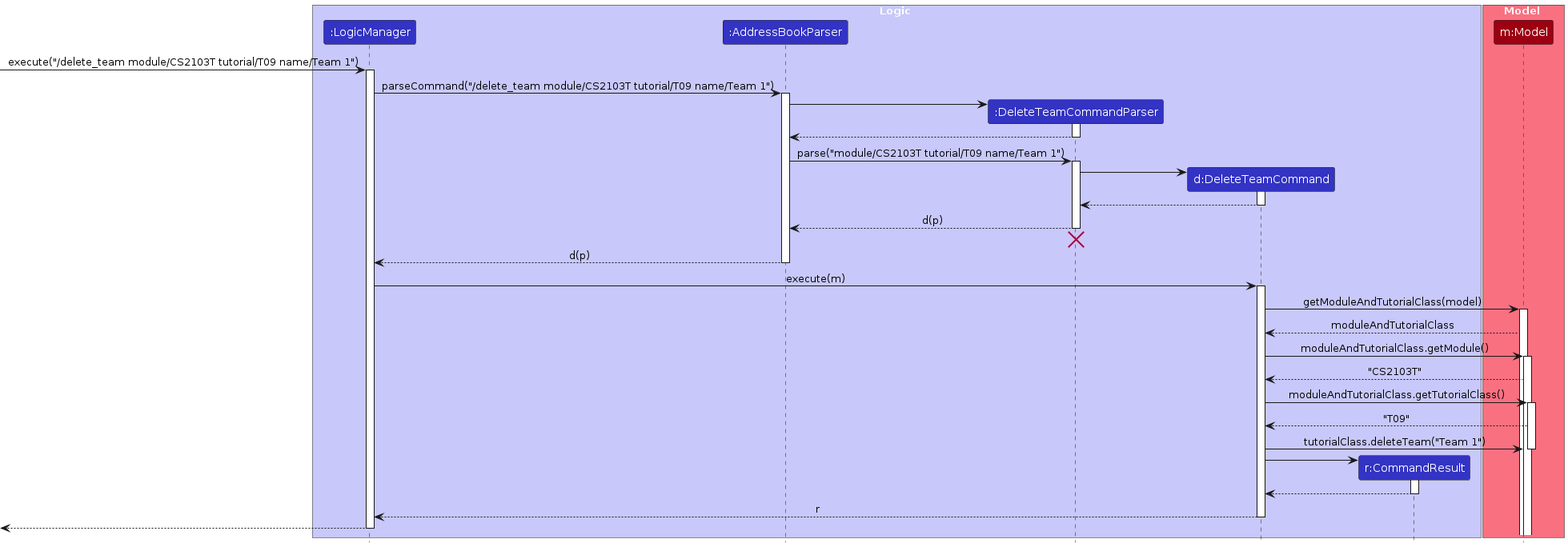
Earlier version of the PlantUML export diagrams/DeleteTeamSequence.png (AY2324S2-CS2103T-T09-4/tp). Its source is kept beside it as diagrams/DeleteTeamSequence.puml. Its diagram source:
```plantuml
@startuml
!include style.puml
skinparam ArrowFontStyle plain
!define input "/delete_team module/CS2103T tutorial/T09 name/Team 1"


box Logic LOGIC_COLOR_T1
participant ":LogicManager" as LogicManager LOGIC_COLOR
participant ":AddressBookParser" as AddressBookParser LOGIC_COLOR
participant ":DeleteTeamCommandParser" as DeleteTeamCommandParser LOGIC_COLOR
participant "d:DeleteTeamCommand" as DeleteTeamCommand LOGIC_COLOR
participant "r:CommandResult" as CommandResult LOGIC_COLOR
end box

box Model MODEL_COLOR_T1
participant "m:Model" as Model MODEL_COLOR
end box

[-> LogicManager : execute(input)
activate LogicManager

LogicManager -> AddressBookParser : parseCommand(input)
activate AddressBookParser

create DeleteTeamCommandParser
AddressBookParser -> DeleteTeamCommandParser
activate DeleteTeamCommandParser

DeleteTeamCommandParser --> AddressBookParser
deactivate DeleteTeamCommandParser

AddressBookParser -> DeleteTeamCommandParser : parse("module/CS2103T tutorial/T09 name/Team 1")
activate DeleteTeamCommandParser

create DeleteTeamCommand
DeleteTeamCommandParser -> DeleteTeamCommand
activate DeleteTeamCommand

DeleteTeamCommand --> DeleteTeamCommandParser :
deactivate DeleteTeamCommand

DeleteTeamCommandParser --> AddressBookParser : d(p)
deactivate DeleteTeamCommandParser
DeleteTeamCommandParser -[hidden]-> AddressBookParser
destroy DeleteTeamCommandParser

AddressBookParser --> LogicManager : d(p)
deactivate AddressBookParser

LogicManager -> DeleteTeamCommand : execute(m)
activate DeleteTeamCommand

DeleteTeamCommand -> Model : getModuleAndTutorialClass(model)
activate Model

Model --> DeleteTeamCommand : moduleAndTutorialClass
DeleteTeamCommand -> Model : moduleAndTutorialClass.getModule()
activate Model

Model --> DeleteTeamCommand : "CS2103T"
DeleteTeamCommand -> Model : moduleAndTutorialClass.getTutorialClass()
activate Model

Model --> DeleteTeamCommand : "T09"
DeleteTeamCommand -> Model : tutorialClass.deleteTeam("Team 1")
deactivate Model

create CommandResult
DeleteTeamCommand -> CommandResult
activate CommandResult

CommandResult --> DeleteTeamCommand
deactivate CommandResult

DeleteTeamCommand --> LogicManager : r
deactivate DeleteTeamCommand

[<--LogicManager
deactivate LogicManager
@enduml
```
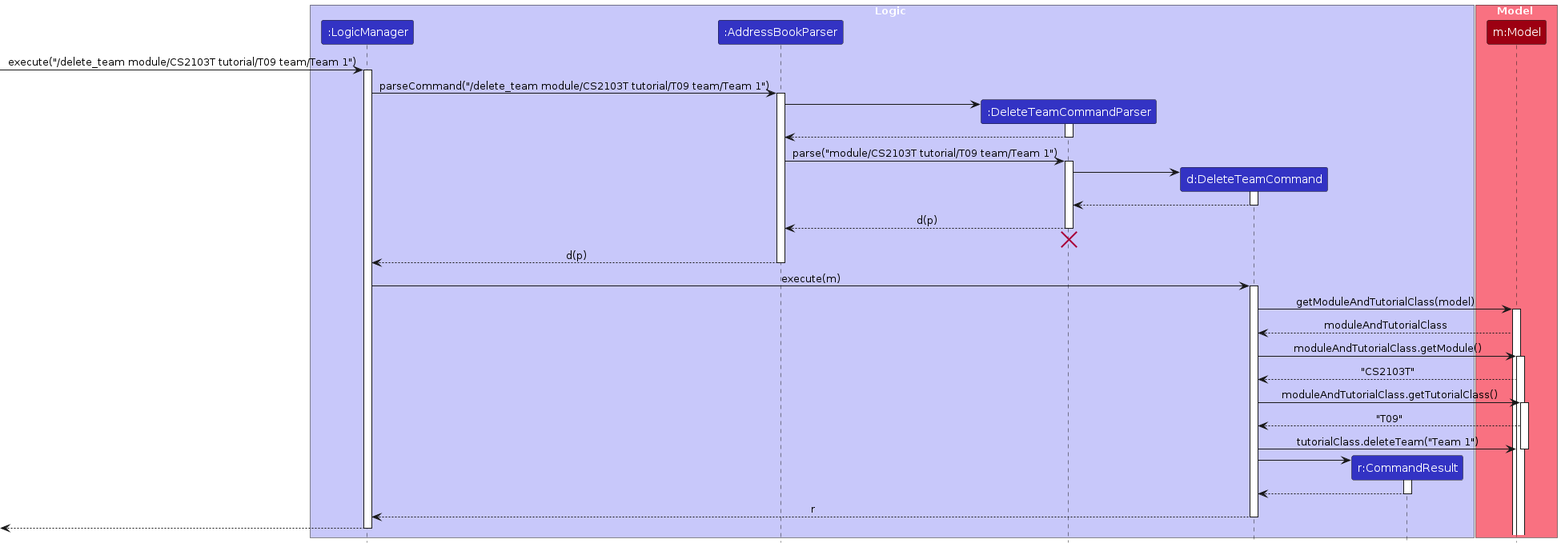
After the change.

What changed in the source:
```diff
@@ -1,7 +1,7 @@
 @startuml
 !include style.puml
 skinparam ArrowFontStyle plain
-!define input "/delete_team module/CS2103T tutorial/T09 name/Team 1"
+!define input "/delete_team module/CS2103T tutorial/T09 team/Team 1"
 
 
 box Logic LOGIC_COLOR_T1
@@ -29,7 +29,7 @@
 DeleteTeamCommandParser --> AddressBookParser
 deactivate DeleteTeamCommandParser
 
-AddressBookParser -> DeleteTeamCommandParser : parse("module/CS2103T tutorial/T09 name/Team 1")
+AddressBookParser -> DeleteTeamCommandParser : parse("module/CS2103T tutorial/T09 team/Team 1")
 activate DeleteTeamCommandParser
 
 create DeleteTeamCommand
```
